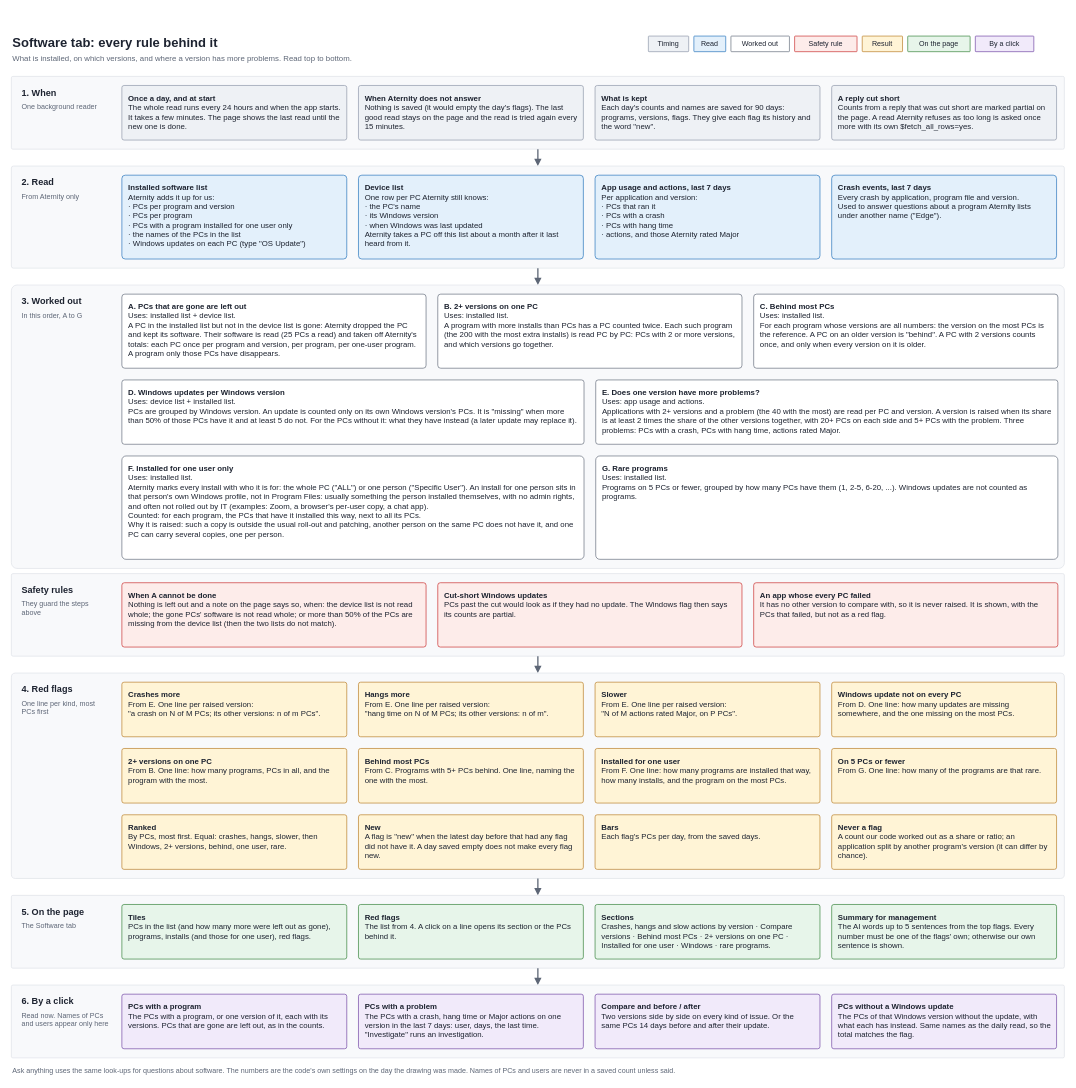
This is docs/diagrams/05-software-tab-logic.drawio from j6dtt/blank, a draw.io file, before an edit. Source tidied: cells renumbered, new cells numbered last; positions are measured from the earlier drawing's top-left corner, leaving out a move shared by most shapes. Both pictures are drawn from the tidied source at 65%, with x=0, y=0 at pixel (11, 31).
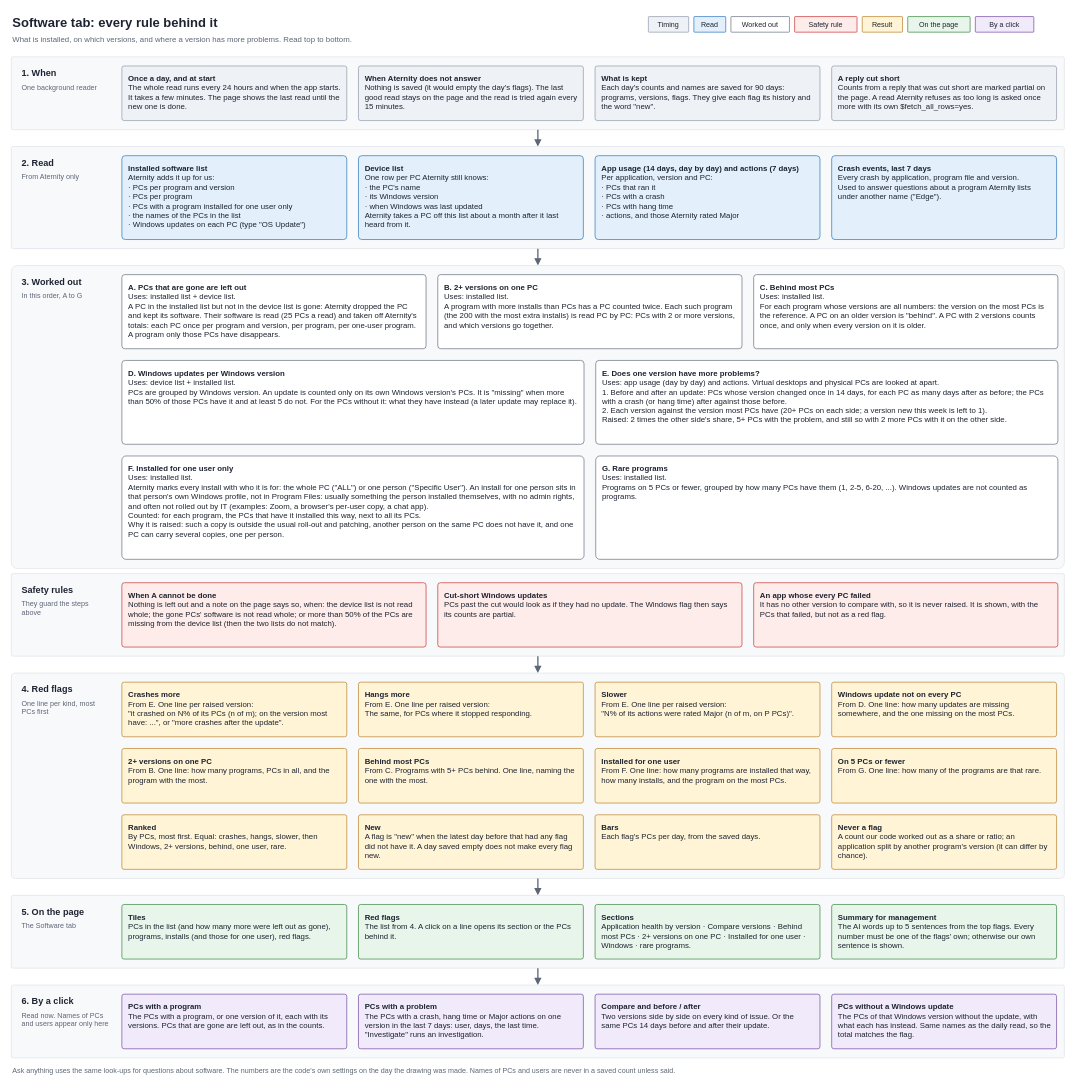
After the change.

What changed in the source:
```diff
@@
     <mxCell id="2" value="&lt;b&gt;Software tab: every rule behind it&lt;/b&gt;" style="text;html=1;fontSize=20;fontColor=#1d2330;align=left;verticalAlign=middle;whiteSpace=wrap;spacing=2;" parent="1" vertex="1">
-      <mxGeometry width="860" height="34" as="geometry" />
+      <mxGeometry y="-30" width="860" height="34" as="geometry" />
     </mxCell>
     <mxCell id="3" value="What is installed, on which versions, and where a version has more problems. Read top to bottom." style="text;html=1;fontSize=12;fontColor=#5d6676;align=left;verticalAlign=middle;whiteSpace=wrap;spacing=2;" parent="1" vertex="1">
-      <mxGeometry y="32" width="1100" height="22" as="geometry" />
+      <mxGeometry y="2" width="1100" height="22" as="geometry" />
     </mxCell>
     <mxCell id="4" value="Timing" style="rounded=1;whiteSpace=wrap;html=1;fillColor=#eef1f5;strokeColor=#8a94a6;fontSize=11;fontColor=#1d2330;align=center;verticalAlign=middle;arcSize=4;spacingLeft=8;spacingRight=8;spacingTop=6;spacingBottom=6;spacingTop=0;spacingBottom=0;" parent="1" vertex="1">
-      <mxGeometry x="980" y="8" width="62" height="24" as="geometry" />
+      <mxGeometry x="980" y="-22" width="62" height="24" as="geometry" />
     </mxCell>
     <mxCell id="5" value="Read" style="rounded=1;whiteSpace=wrap;html=1;fillColor=#e3f0fb;strokeColor=#1e6fb8;fontSize=11;fontColor=#1d2330;align=center;verticalAlign=middle;arcSize=4;spacingLeft=8;spacingRight=8;spacingTop=6;spacingBottom=6;spacingTop=0;spacingBottom=0;" parent="1" vertex="1">
-      <mxGeometry x="1050" y="8" width="49" height="24" as="geometry" />
+      <mxGeometry x="1050" y="-22" width="49" height="24" as="geometry" />
     </mxCell>
     <mxCell id="6" value="Worked out" style="rounded=1;whiteSpace=wrap;html=1;fillColor=#ffffff;strokeColor=#5d6676;fontSize=11;fontColor=#1d2330;align=center;verticalAlign=middle;arcSize=4;spacingLeft=8;spacingRight=8;spacingTop=6;spacingBottom=6;spacingTop=0;spacingBottom=0;" parent="1" vertex="1">
-      <mxGeometry x="1107" y="8" width="90" height="24" as="geometry" />
+      <mxGeometry x="1107" y="-22" width="90" height="24" as="geometry" />
     </mxCell>
     <mxCell id="7" value="Safety rule" style="rounded=1;whiteSpace=wrap;html=1;fillColor=#fdecea;strokeColor=#c62828;fontSize=11;fontColor=#1d2330;align=center;verticalAlign=middle;arcSize=4;spacingLeft=8;spacingRight=8;spacingTop=6;spacingBottom=6;spacingTop=0;spacingBottom=0;" parent="1" vertex="1">
-      <mxGeometry x="1205" y="8" width="96" height="24" as="geometry" />
+      <mxGeometry x="1205" y="-22" width="96" height="24" as="geometry" />
     </mxCell>
     <mxCell id="8" value="Result" style="rounded=1;whiteSpace=wrap;html=1;fillColor=#fff4d6;strokeColor=#b7791f;fontSize=11;fontColor=#1d2330;align=center;verticalAlign=middle;arcSize=4;spacingLeft=8;spacingRight=8;spacingTop=6;spacingBottom=6;spacingTop=0;spacingBottom=0;" parent="1" vertex="1">
-      <mxGeometry x="1309" y="8" width="62" height="24" as="geometry" />
+      <mxGeometry x="1309" y="-22" width="62" height="24" as="geometry" />
     </mxCell>
     <mxCell id="9" value="On the page" style="rounded=1;whiteSpace=wrap;html=1;fillColor=#e7f5ea;strokeColor=#2e7d32;fontSize=11;fontColor=#1d2330;align=center;verticalAlign=middle;arcSize=4;spacingLeft=8;spacingRight=8;spacingTop=6;spacingBottom=6;spacingTop=0;spacingBottom=0;" parent="1" vertex="1">
-      <mxGeometry x="1379" y="8" width="96" height="24" as="geometry" />
+      <mxGeometry x="1379" y="-22" width="96" height="24" as="geometry" />
     </mxCell>
     <mxCell id="10" value="By a click" style="rounded=1;whiteSpace=wrap;html=1;fillColor=#f1eafa;strokeColor=#6b3fa0;fontSize=11;fontColor=#1d2330;align=center;verticalAlign=middle;arcSize=4;spacingLeft=8;spacingRight=8;spacingTop=6;spacingBottom=6;spacingTop=0;spacingBottom=0;" parent="1" vertex="1">
-      <mxGeometry x="1483" y="8" width="90" height="24" as="geometry" />
+      <mxGeometry x="1483" y="-22" width="90" height="24" as="geometry" />
     </mxCell>
     <mxCell id="11" style="rounded=1;whiteSpace=wrap;html=1;fillColor=#f8f9fb;strokeColor=#dde1e7;fontSize=12;fontColor=#1d2330;align=left;verticalAlign=top;arcSize=4;spacingLeft=8;spacingRight=8;spacingTop=6;spacingBottom=6;arcSize=2;" parent="1" vertex="1">
-      <mxGeometry y="70" width="1620" height="112" as="geometry" />
+      <mxGeometry y="40" width="1620" height="112" as="geometry" />
     </mxCell>
     <mxCell id="12" value="&lt;b&gt;1. When&lt;/b&gt;" style="text;html=1;fontSize=14;fontColor=#1d2330;align=left;verticalAlign=top;whiteSpace=wrap;spacing=2;" parent="1" vertex="1">
-      <mxGeometry x="14" y="80" width="136" height="24" as="geometry" />
+      <mxGeometry x="14" y="50" width="136" height="24" as="geometry" />
     </mxCell>
     <mxCell id="13" value="One background reader" style="text;html=1;fontSize=11;fontColor=#5d6676;align=left;verticalAlign=top;whiteSpace=wrap;spacing=2;" parent="1" vertex="1">
-      <mxGeometry x="14" y="104" width="136" height="72" as="geometry" />
+      <mxGeometry x="14" y="74" width="136" height="72" as="geometry" />
     </mxCell>
     <mxCell id="14" value="&lt;b&gt;Once a day, and at start&lt;/b&gt;&lt;br&gt;The whole read runs every 24 hours and when the app starts. It takes a few minutes. The page shows the last read until the new one is done." style="rounded=1;whiteSpace=wrap;html=1;fillColor=#eef1f5;strokeColor=#8a94a6;fontSize=12;fontColor=#1d2330;align=left;verticalAlign=top;arcSize=4;spacingLeft=8;spacingRight=8;spacingTop=6;spacingBottom=6;" parent="1" vertex="1">
-      <mxGeometry x="170" y="84" width="346" height="84" as="geometry" />
+      <mxGeometry x="170" y="54" width="346" height="84" as="geometry" />
     </mxCell>
     <mxCell id="15" value="&lt;b&gt;When Aternity does not answer&lt;/b&gt;&lt;br&gt;Nothing is saved (it would empty the day's flags). The last good read stays on the page and the read is tried again every 15 minutes." style="rounded=1;whiteSpace=wrap;html=1;fillColor=#eef1f5;strokeColor=#8a94a6;fontSize=12;fontColor=#1d2330;align=left;verticalAlign=top;arcSize=4;spacingLeft=8;spacingRight=8;spacingTop=6;spacingBottom=6;" parent="1" vertex="1">
-      <mxGeometry x="534" y="84" width="346" height="84" as="geometry" />
+      <mxGeometry x="534" y="54" width="346" height="84" as="geometry" />
     </mxCell>
     <mxCell id="16" value="&lt;b&gt;What is kept&lt;/b&gt;&lt;br&gt;Each day's counts and names are saved for 90 days: programs, versions, flags. They give each flag its history and the word &quot;new&quot;." style="rounded=1;whiteSpace=wrap;html=1;fillColor=#eef1f5;strokeColor=#8a94a6;fontSize=12;fontColor=#1d2330;align=left;verticalAlign=top;arcSize=4;spacingLeft=8;spacingRight=8;spacingTop=6;spacingBottom=6;" parent="1" vertex="1">
-      <mxGeometry x="898" y="84" width="346" height="84" as="geometry" />
+      <mxGeometry x="898" y="54" width="346" height="84" as="geometry" />
     </mxCell>
     <mxCell id="17" value="&lt;b&gt;A reply cut short&lt;/b&gt;&lt;br&gt;Counts from a reply that was cut short are marked partial on the page. A read Aternity refuses as too long is asked once more with its own $fetch_all_rows=yes." style="rounded=1;whiteSpace=wrap;html=1;fillColor=#eef1f5;strokeColor=#8a94a6;fontSize=12;fontColor=#1d2330;align=left;verticalAlign=top;arcSize=4;spacingLeft=8;spacingRight=8;spacingTop=6;spacingBottom=6;" parent="1" vertex="1">
-      <mxGeometry x="1262" y="84" width="346" height="84" as="geometry" />
+      <mxGeometry x="1262" y="54" width="346" height="84" as="geometry" />
     </mxCell>
     <mxCell id="18" style="endArrow=block;endFill=1;html=1;strokeColor=#5d6676;strokeWidth=2;" parent="1" edge="1">
       <mxGeometry relative="1" as="geometry">
-        <mxPoint x="810" y="182" as="sourcePoint" />
-        <mxPoint x="810" y="208" as="targetPoint" />
+        <mxPoint x="810" y="152" as="sourcePoint" />
+        <mxPoint x="810" y="178" as="targetPoint" />
       </mxGeometry>
     </mxCell>
     <mxCell id="19" style="rounded=1;whiteSpace=wrap;html=1;fillColor=#f8f9fb;strokeColor=#dde1e7;fontSize=12;fontColor=#1d2330;align=left;verticalAlign=top;arcSize=4;spacingLeft=8;spacingRight=8;spacingTop=6;spacingBottom=6;arcSize=2;" parent="1" vertex="1">
-      <mxGeometry y="208" width="1620" height="157" as="geometry" />
+      <mxGeometry y="178" width="1620" height="157" as="geometry" />
     </mxCell>
     <mxCell id="20" value="&lt;b&gt;2. Read&lt;/b&gt;" style="text;html=1;fontSize=14;fontColor=#1d2330;align=left;verticalAlign=top;whiteSpace=wrap;spacing=2;" parent="1" vertex="1">
-      <mxGeometry x="14" y="218" width="136" height="24" as="geometry" />
+      <mxGeometry x="14" y="188" width="136" height="24" as="geometry" />
     </mxCell>
     <mxCell id="21" value="From Aternity only" style="text;html=1;fontSize=11;fontColor=#5d6676;align=left;verticalAlign=top;whiteSpace=wrap;spacing=2;" parent="1" vertex="1">
-      <mxGeometry x="14" y="242" width="136" height="117" as="geometry" />
+      <mxGeometry x="14" y="212" width="136" height="117" as="geometry" />
     </mxCell>
     <mxCell id="22" value="&lt;b&gt;Installed software list&lt;/b&gt;&lt;br&gt;Aternity adds it up for us:&lt;br&gt;· PCs per program and version&lt;br&gt;· PCs per program&lt;br&gt;· PCs with a program installed for one user only&lt;br&gt;· the names of the PCs in the list&lt;br&gt;· Windows updates on each PC (type &quot;OS Update&quot;)" style="rounded=1;whiteSpace=wrap;html=1;fillColor=#e3f0fb;strokeColor=#1e6fb8;fontSize=12;fontColor=#1d2330;align=left;verticalAlign=top;arcSize=4;spacingLeft=8;spacingRight=8;spacingTop=6;spacingBottom=6;" parent="1" vertex="1">
-      <mxGeometry x="170" y="222" width="346" height="129" as="geometry" />
+      <mxGeometry x="170" y="192" width="346" height="129" as="geometry" />
     </mxCell>
     <mxCell id="23" value="&lt;b&gt;Device list&lt;/b&gt;&lt;br&gt;One row per PC Aternity still knows:&lt;br&gt;· the PC's name&lt;br&gt;· its Windows version&lt;br&gt;· when Windows was last updated&lt;br&gt;Aternity takes a PC off this list about a month after it last heard from it." style="rounded=1;whiteSpace=wrap;html=1;fillColor=#e3f0fb;strokeColor=#1e6fb8;fontSize=12;fontColor=#1d2330;align=left;verticalAlign=top;arcSize=4;spacingLeft=8;spacingRight=8;spacingTop=6;spacingBottom=6;" parent="1" vertex="1">
-      <mxGeometry x="534" y="222" width="346" height="129" as="geometry" />
+      <mxGeometry x="534" y="192" width="346" height="129" as="geometry" />
     </mxCell>
-    <mxCell id="24" value="&lt;b&gt;App usage and actions, last 7 days&lt;/b&gt;&lt;br&gt;Per application and version:&lt;br&gt;· PCs that ran it&lt;br&gt;· PCs with a crash&lt;br&gt;· PCs with hang time&lt;br&gt;· actions, and those Aternity rated Major" style="rounded=1;whiteSpace=wrap;html=1;fillColor=#e3f0fb;strokeColor=#1e6fb8;fontSize=12;fontColor=#1d2330;align=left;verticalAlign=top;arcSize=4;spacingLeft=8;spacingRight=8;spacingTop=6;spacingBottom=6;" parent="1" vertex="1">
-      <mxGeometry x="898" y="222" width="346" height="129" as="geometry" />
+    <mxCell id="24" value="&lt;b&gt;App usage (14 days, day by day) and actions (7 days)&lt;/b&gt;&lt;br&gt;Per application, version and PC:&lt;br&gt;· PCs that ran it&lt;br&gt;· PCs with a crash&lt;br&gt;· PCs with hang time&lt;br&gt;· actions, and those Aternity rated Major" style="rounded=1;whiteSpace=wrap;html=1;fillColor=#e3f0fb;strokeColor=#1e6fb8;fontSize=12;fontColor=#1d2330;align=left;verticalAlign=top;arcSize=4;spacingLeft=8;spacingRight=8;spacingTop=6;spacingBottom=6;" parent="1" vertex="1">
+      <mxGeometry x="898" y="192" width="346" height="129" as="geometry" />
     </mxCell>
     <mxCell id="25" value="&lt;b&gt;Crash events, last 7 days&lt;/b&gt;&lt;br&gt;Every crash by application, program file and version.&lt;br&gt;Used to answer questions about a program Aternity lists under another name (&quot;Edge&quot;)." style="rounded=1;whiteSpace=wrap;html=1;fillColor=#e3f0fb;strokeColor=#1e6fb8;fontSize=12;fontColor=#1d2330;align=left;verticalAlign=top;arcSize=4;spacingLeft=8;spacingRight=8;spacingTop=6;spacingBottom=6;" parent="1" vertex="1">
-      <mxGeometry x="1262" y="222" width="346" height="129" as="geometry" />
+      <mxGeometry x="1262" y="192" width="346" height="129" as="geometry" />
     </mxCell>
     <mxCell id="26" style="endArrow=block;endFill=1;html=1;strokeColor=#5d6676;strokeWidth=2;" parent="1" edge="1">
       <mxGeometry relative="1" as="geometry">
-        <mxPoint x="810" y="365" as="sourcePoint" />
-        <mxPoint x="810" y="391" as="targetPoint" />
+        <mxPoint x="810" y="335" as="sourcePoint" />
+        <mxPoint x="810" y="361" as="targetPoint" />
       </mxGeometry>
     </mxCell>
     <mxCell id="27" style="rounded=1;whiteSpace=wrap;html=1;fillColor=#f8f9fb;strokeColor=#dde1e7;fontSize=12;fontColor=#1d2330;align=left;verticalAlign=top;arcSize=4;spacingLeft=8;spacingRight=8;spacingTop=6;spacingBottom=6;arcSize=2;" parent="1" vertex="1">
-      <mxGeometry y="391" width="1620" height="436" as="geometry" />
+      <mxGeometry y="361" width="1620" height="466" as="geometry" />
     </mxCell>
     <mxCell id="28" value="&lt;b&gt;3. Worked out&lt;/b&gt;" style="text;html=1;fontSize=14;fontColor=#1d2330;align=left;verticalAlign=top;whiteSpace=wrap;spacing=2;" parent="1" vertex="1">
-      <mxGeometry x="14" y="401" width="136" height="24" as="geometry" />
+      <mxGeometry x="14" y="371" width="136" height="24" as="geometry" />
     </mxCell>
     <mxCell id="29" value="In this order, A to G" style="text;html=1;fontSize=11;fontColor=#5d6676;align=left;verticalAlign=top;whiteSpace=wrap;spacing=2;" parent="1" vertex="1">
-      <mxGeometry x="14" y="425" width="136" height="396" as="geometry" />
+      <mxGeometry x="14" y="395" width="136" height="426" as="geometry" />
     </mxCell>
     <mxCell id="30" value="&lt;b&gt;A. PCs that are gone are left out&lt;/b&gt;&lt;br&gt;Uses: installed list + device list.&lt;br&gt;A PC in the installed list but not in the device list is gone: Aternity dropped the PC and kept its software. Their software is read (25 PCs a read) and taken off Aternity's totals: each PC once per program and version, per program, per one-user program. A program only those PCs have disappears." style="rounded=1;whiteSpace=wrap;html=1;fillColor=#ffffff;strokeColor=#5d6676;fontSize=12;fontColor=#1d2330;align=left;verticalAlign=top;arcSize=4;spacingLeft=8;spacingRight=8;spacingTop=6;spacingBottom=6;" parent="1" vertex="1">
-      <mxGeometry x="170" y="405" width="468" height="114" as="geometry" />
+      <mxGeometry x="170" y="375" width="468" height="114" as="geometry" />
     </mxCell>
     <mxCell id="31" value="&lt;b&gt;B. 2+ versions on one PC&lt;/b&gt;&lt;br&gt;Uses: installed list.&lt;br&gt;A program with more installs than PCs has a PC counted twice. Each such program (the 200 with the most extra installs) is read PC by PC: PCs with 2 or more versions, and which versions go together." style="rounded=1;whiteSpace=wrap;html=1;fillColor=#ffffff;strokeColor=#5d6676;fontSize=12;fontColor=#1d2330;align=left;verticalAlign=top;arcSize=4;spacingLeft=8;spacingRight=8;spacingTop=6;spacingBottom=6;" parent="1" vertex="1">
-      <mxGeometry x="656" y="405" width="468" height="114" as="geometry" />
+      <mxGeometry x="656" y="375" width="468" height="114" as="geometry" />
     </mxCell>
     <mxCell id="32" value="&lt;b&gt;C. Behind most PCs&lt;/b&gt;&lt;br&gt;Uses: installed list.&lt;br&gt;For each program whose versions are all numbers: the version on the most PCs is the reference. A PC on an older version is &quot;behind&quot;. A PC with 2 versions counts once, and only when every version on it is older." style="rounded=1;whiteSpace=wrap;html=1;fillColor=#ffffff;strokeColor=#5d6676;fontSize=12;fontColor=#1d2330;align=left;verticalAlign=top;arcSize=4;spacingLeft=8;spacingRight=8;spacingTop=6;spacingBottom=6;" parent="1" vertex="1">
-      <mxGeometry x="1142" y="405" width="468" height="114" as="geometry" />
+      <mxGeometry x="1142" y="375" width="468" height="114" as="geometry" />
     </mxCell>
     <mxCell id="33" value="&lt;b&gt;D. Windows updates per Windows version&lt;/b&gt;&lt;br&gt;Uses: device list + installed list.&lt;br&gt;PCs are grouped by Windows version. An update is counted only on its own Windows version's PCs. It is &quot;missing&quot; when more than 50% of those PCs have it and at least 5 do not. For the PCs without it: what they have instead (a later update may replace it)." style="rounded=1;whiteSpace=wrap;html=1;fillColor=#ffffff;strokeColor=#5d6676;fontSize=12;fontColor=#1d2330;align=left;verticalAlign=top;arcSize=4;spacingLeft=8;spacingRight=8;spacingTop=6;spacingBottom=6;" parent="1" vertex="1">
-      <mxGeometry x="170" y="537" width="711" height="99" as="geometry" />
+      <mxGeometry x="170" y="507" width="711" height="129" as="geometry" />
     </mxCell>
-    <mxCell id="34" value="&lt;b&gt;E. Does one version have more problems?&lt;/b&gt;&lt;br&gt;Uses: app usage and actions.&lt;br&gt;Applications with 2+ versions and a problem (the 40 with the most) are read per PC and version. A version is raised when its share is at least 2 times the share of the other versions together, with 20+ PCs on each side and 5+ PCs with the problem. Three problems: PCs with a crash, PCs with hang time, actions rated Major." style="rounded=1;whiteSpace=wrap;html=1;fillColor=#ffffff;strokeColor=#5d6676;fontSize=12;fontColor=#1d2330;align=left;verticalAlign=top;arcSize=4;spacingLeft=8;spacingRight=8;spacingTop=6;spacingBottom=6;" parent="1" vertex="1">
-      <mxGeometry x="899" y="537" width="711" height="99" as="geometry" />
+    <mxCell id="34" value="&lt;b&gt;E. Does one version have more problems?&lt;/b&gt;&lt;br&gt;Uses: app usage (day by day) and actions. Virtual desktops and physical PCs are looked at apart.&lt;br&gt;1. Before and after an update: PCs whose version changed once in 14 days, for each PC as many days after as before; the PCs with a crash (or hang time) after against those before.&lt;br&gt;2. Each version against the version most PCs have (20+ PCs on each side; a version new this week is left to 1).&lt;br&gt;Raised: 2 times the other side's share, 5+ PCs with the problem, and still so with 2 more PCs with it on the other side." style="rounded=1;whiteSpace=wrap;html=1;fillColor=#ffffff;strokeColor=#5d6676;fontSize=12;fontColor=#1d2330;align=left;verticalAlign=top;arcSize=4;spacingLeft=8;spacingRight=8;spacingTop=6;spacingBottom=6;" parent="1" vertex="1">
+      <mxGeometry x="899" y="507" width="711" height="129" as="geometry" />
     </mxCell>
@@
-    <mxCell id="47" value="&lt;b&gt;Crashes more&lt;/b&gt;&lt;br&gt;From E. One line per raised version:&lt;br&gt;&quot;a crash on N of M PCs; its other versions: n of m PCs&quot;." style="rounded=1;whiteSpace=wrap;html=1;fillColor=#fff4d6;strokeColor=#b7791f;fontSize=12;fontColor=#1d2330;align=left;verticalAlign=top;arcSize=4;spacingLeft=8;spacingRight=8;spacingTop=6;spacingBottom=6;" parent="1" vertex="1">
+    <mxCell id="47" value="&lt;b&gt;Crashes more&lt;/b&gt;&lt;br&gt;From E. One line per raised version:&lt;br&gt;&quot;it crashed on N% of its PCs (n of m); on the version most have: ...&quot;, or &quot;more crashes after the update&quot;." style="rounded=1;whiteSpace=wrap;html=1;fillColor=#fff4d6;strokeColor=#b7791f;fontSize=12;fontColor=#1d2330;align=left;verticalAlign=top;arcSize=4;spacingLeft=8;spacingRight=8;spacingTop=6;spacingBottom=6;" parent="1" vertex="1">
       <mxGeometry x="170" y="1002" width="346" height="84" as="geometry" />
     </mxCell>
-    <mxCell id="48" value="&lt;b&gt;Hangs more&lt;/b&gt;&lt;br&gt;From E. One line per raised version:&lt;br&gt;&quot;hang time on N of M PCs; its other versions: n of m&quot;." style="rounded=1;whiteSpace=wrap;html=1;fillColor=#fff4d6;strokeColor=#b7791f;fontSize=12;fontColor=#1d2330;align=left;verticalAlign=top;arcSize=4;spacingLeft=8;spacingRight=8;spacingTop=6;spacingBottom=6;" parent="1" vertex="1">
+    <mxCell id="48" value="&lt;b&gt;Hangs more&lt;/b&gt;&lt;br&gt;From E. One line per raised version:&lt;br&gt;The same, for PCs where it stopped responding." style="rounded=1;whiteSpace=wrap;html=1;fillColor=#fff4d6;strokeColor=#b7791f;fontSize=12;fontColor=#1d2330;align=left;verticalAlign=top;arcSize=4;spacingLeft=8;spacingRight=8;spacingTop=6;spacingBottom=6;" parent="1" vertex="1">
       <mxGeometry x="534" y="1002" width="346" height="84" as="geometry" />
     </mxCell>
-    <mxCell id="49" value="&lt;b&gt;Slower&lt;/b&gt;&lt;br&gt;From E. One line per raised version:&lt;br&gt;&quot;N of M actions rated Major, on P PCs&quot;." style="rounded=1;whiteSpace=wrap;html=1;fillColor=#fff4d6;strokeColor=#b7791f;fontSize=12;fontColor=#1d2330;align=left;verticalAlign=top;arcSize=4;spacingLeft=8;spacingRight=8;spacingTop=6;spacingBottom=6;" parent="1" vertex="1">
+    <mxCell id="49" value="&lt;b&gt;Slower&lt;/b&gt;&lt;br&gt;From E. One line per raised version:&lt;br&gt;&quot;N% of its actions were rated Major (n of m, on P PCs)&quot;." style="rounded=1;whiteSpace=wrap;html=1;fillColor=#fff4d6;strokeColor=#b7791f;fontSize=12;fontColor=#1d2330;align=left;verticalAlign=top;arcSize=4;spacingLeft=8;spacingRight=8;spacingTop=6;spacingBottom=6;" parent="1" vertex="1">
       <mxGeometry x="898" y="1002" width="346" height="84" as="geometry" />
     </mxCell>
@@
-    <mxCell id="65" value="&lt;b&gt;Sections&lt;/b&gt;&lt;br&gt;Crashes, hangs and slow actions by version · Compare versions · Behind most PCs · 2+ versions on one PC · Installed for one user · Windows · rare programs." style="rounded=1;whiteSpace=wrap;html=1;fillColor=#e7f5ea;strokeColor=#2e7d32;fontSize=12;fontColor=#1d2330;align=left;verticalAlign=top;arcSize=4;spacingLeft=8;spacingRight=8;spacingTop=6;spacingBottom=6;" parent="1" vertex="1">
+    <mxCell id="65" value="&lt;b&gt;Sections&lt;/b&gt;&lt;br&gt;Application health by version · Compare versions · Behind most PCs · 2+ versions on one PC · Installed for one user · Windows · rare programs." style="rounded=1;whiteSpace=wrap;html=1;fillColor=#e7f5ea;strokeColor=#2e7d32;fontSize=12;fontColor=#1d2330;align=left;verticalAlign=top;arcSize=4;spacingLeft=8;spacingRight=8;spacingTop=6;spacingBottom=6;" parent="1" vertex="1">
       <mxGeometry x="898" y="1344" width="346" height="84" as="geometry" />
     </mxCell>
```
